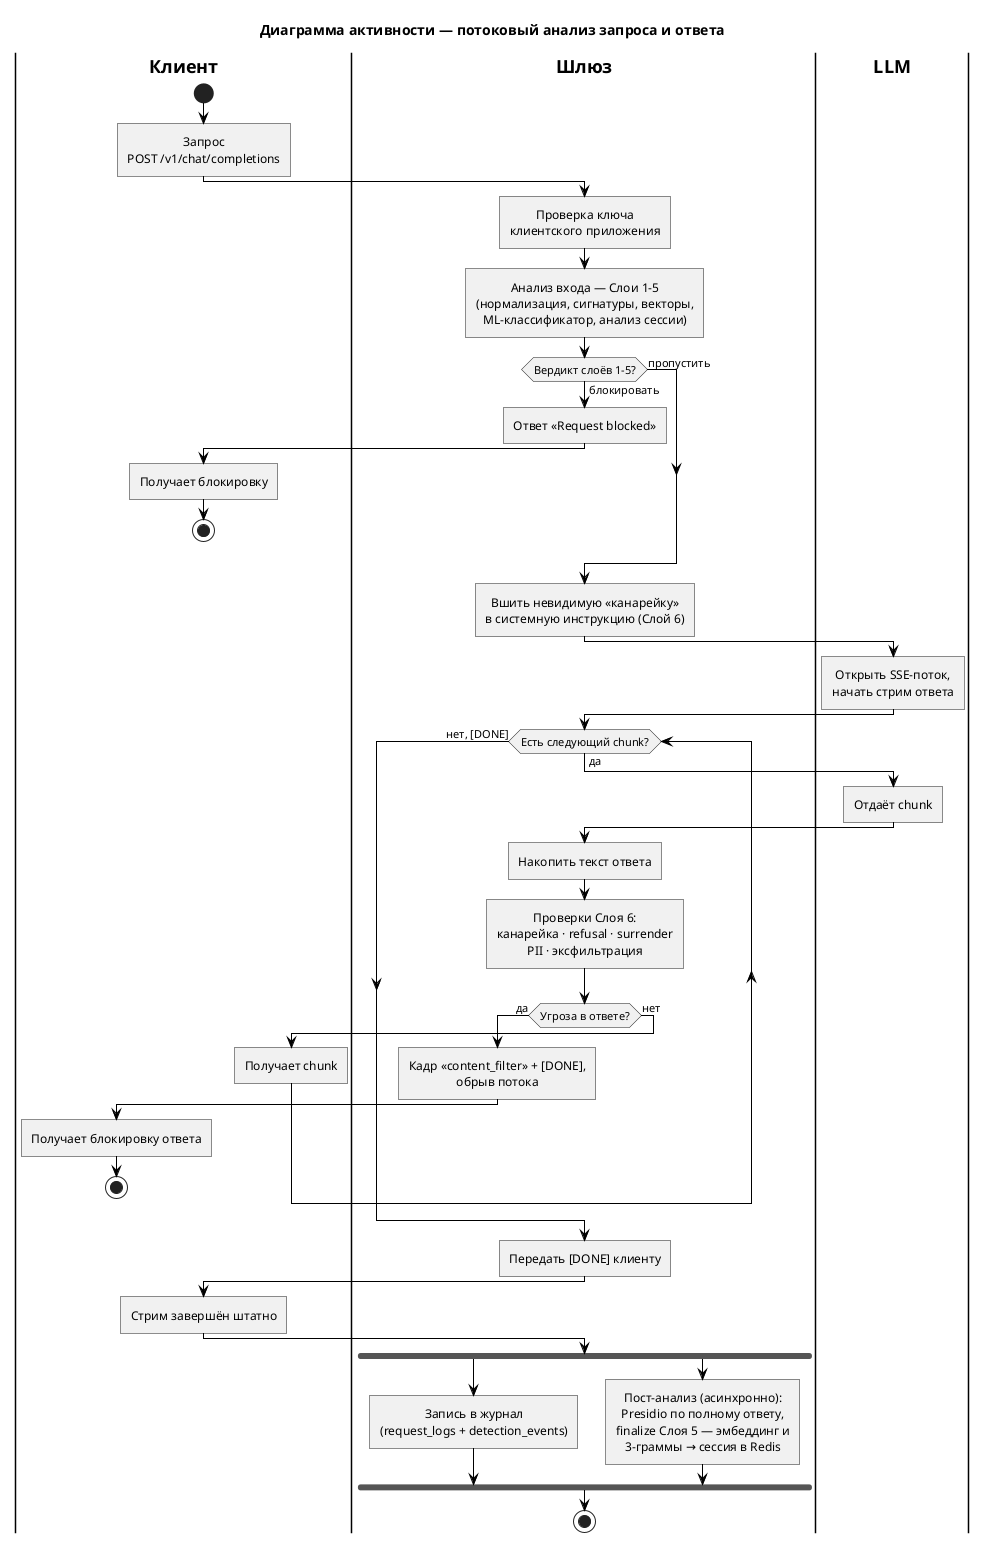
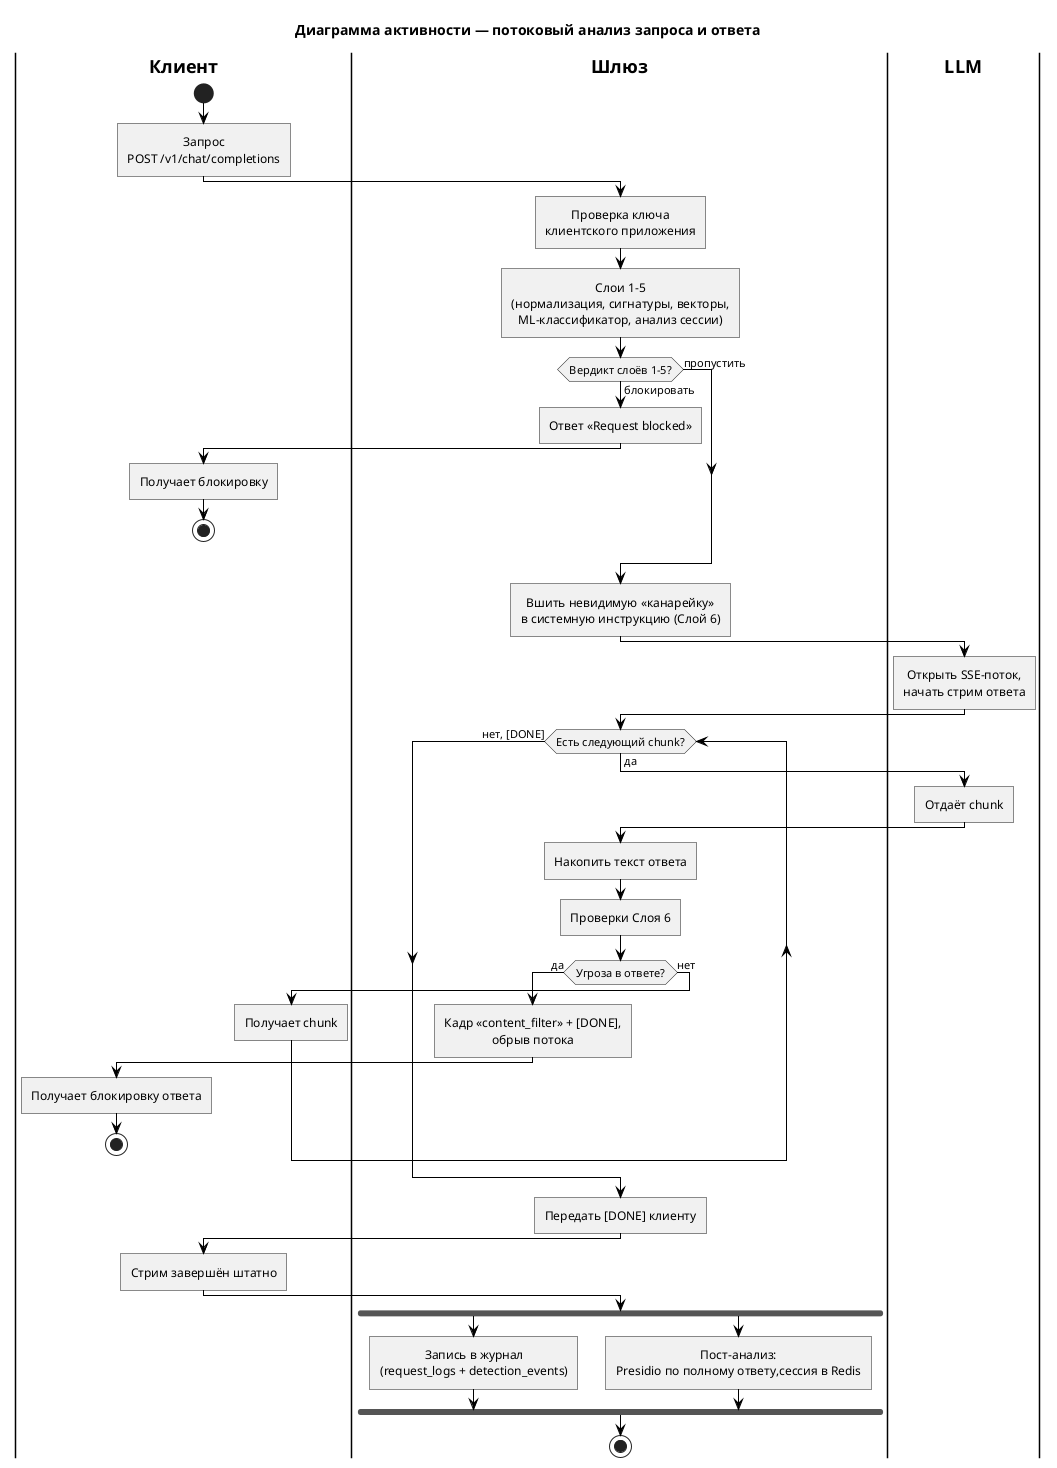
@startuml streaming_analysis_activity

skinparam monochrome true
skinparam shadowing false
skinparam backgroundColor #FFFFFF
skinparam roundCorner 0
skinparam ArrowColor #000000
skinparam defaultTextAlignment center
skinparam ConditionEndStyle hline
skinparam swimlaneTitleFontStyle bold
scale max 1280 width

title Диаграмма активности — потоковый анализ запроса и ответа

|Клиент|
start
:Запрос\nPOST /v1/chat/completions;

|Шлюз|
:Проверка ключа\nклиентского приложения;
- :Анализ входа — Слои 1–5\n(нормализация, сигнатуры, векторы,\nML-классификатор, анализ сессии);
+ :Слои 1–5\n(нормализация, сигнатуры, векторы,\nML-классификатор, анализ сессии);
if (Вердикт слоёв 1–5?) then (блокировать)
  :Ответ «Request blocked»;
  |Клиент|
  :Получает блокировку;
  stop
else (пропустить)
endif

|Шлюз|
:Вшить невидимую «канарейку»\nв системную инструкцию (Слой 6);

|LLM|
:Открыть SSE-поток,\nначать стрим ответа;

|Шлюз|
while (Есть следующий chunk?) is (да)
  |LLM|
  :Отдаёт chunk;
  |Шлюз|
  :Накопить текст ответа;
-   :Проверки Слоя 6:\nканарейка · refusal · surrender\nPII · эксфильтрация;
+   :Проверки Слоя 6;
  if (Угроза в ответе?) then (да)
    :Кадр «content_filter» + [DONE],\nобрыв потока;
    |Клиент|
    :Получает блокировку ответа;
    stop
  else (нет)
    |Клиент|
    :Получает chunk;
    |Шлюз|
  endif
endwhile (нет, [DONE])

:Передать [DONE] клиенту;
|Клиент|
:Стрим завершён штатно;

|Шлюз|
fork
  :Запись в журнал\n(request_logs + detection_events);
fork again
-   :Пост-анализ (асинхронно):\nPresidio по полному ответу,\nfinalize Слоя 5 — эмбеддинг и\n3-граммы → сессия в Redis;
+   :Пост-анализ:\nPresidio по полному ответу,сессия в Redis;
end fork
stop

@enduml
